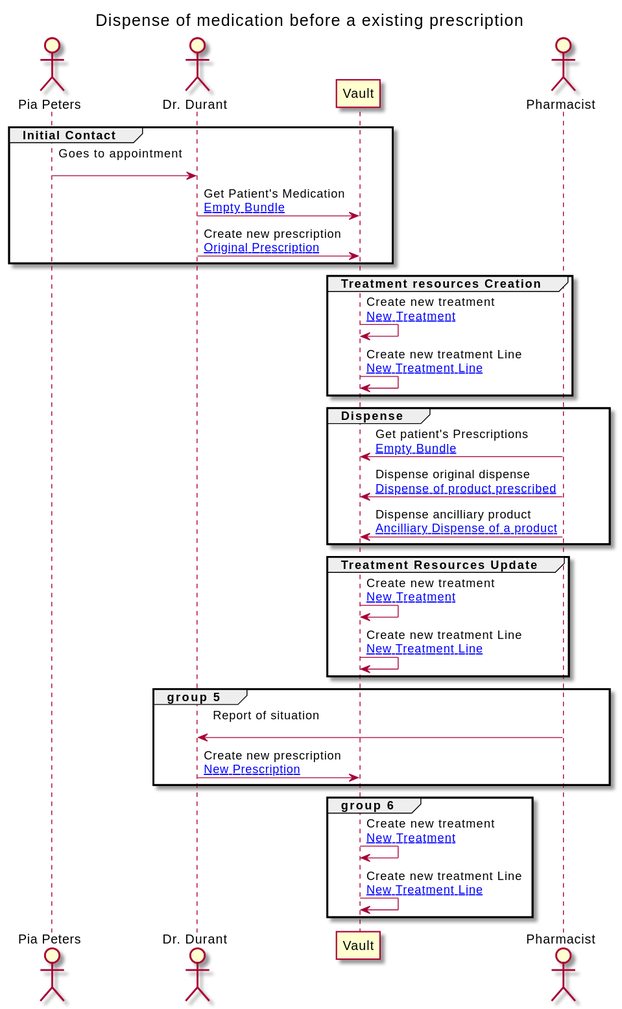
Before: branches/master/ExampleScenario-example-3-scenario.svg, a diagram exported from PlantUML (JensPenny/medication-record).
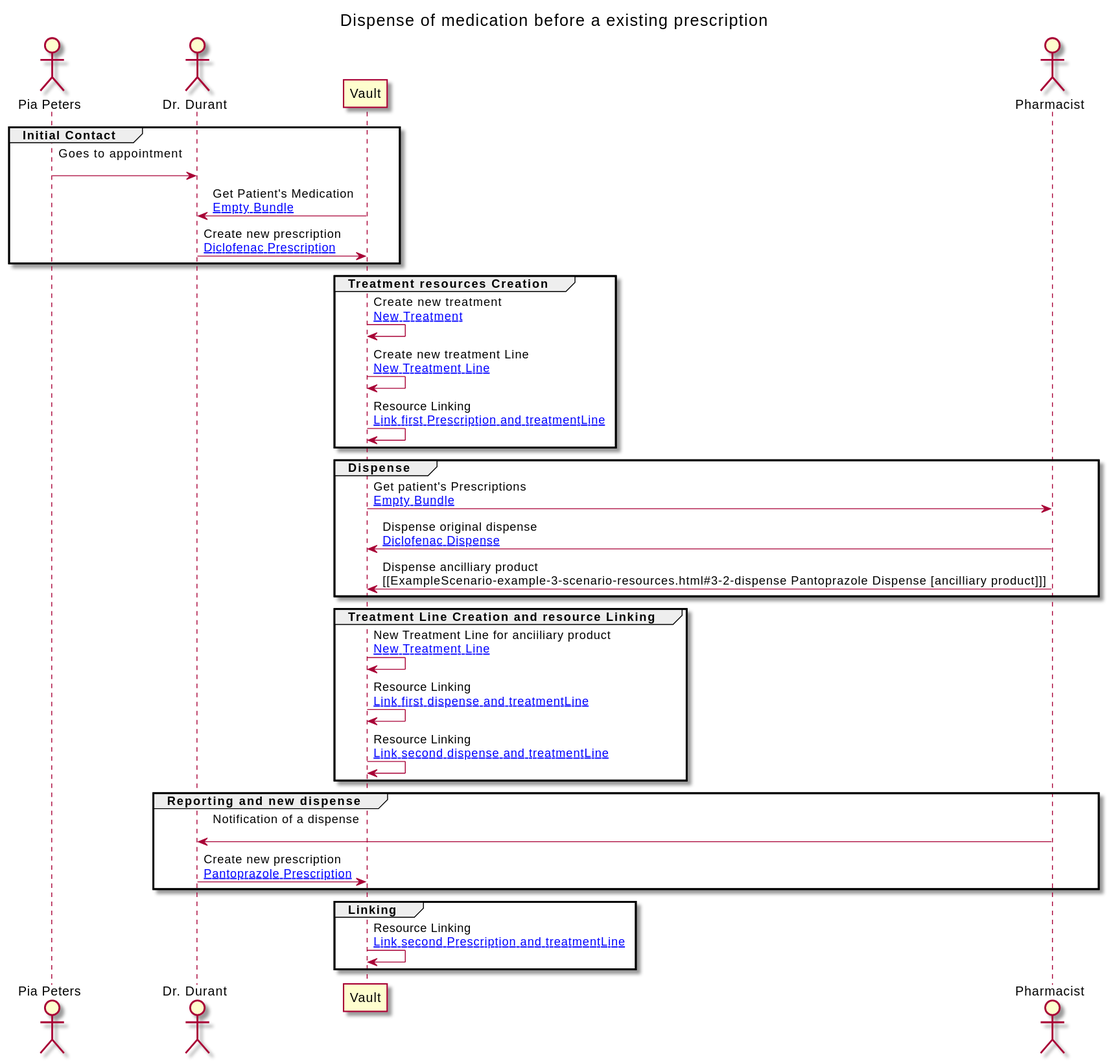
The same diagram one commit later.

The edit, as a diff of the source:
```diff
@@ -16,39 +16,40 @@
 group Initial Contact
 
 PATIENT -> GP : Goes to appointment\n
-GP -> VAULT : Get Patient's Medication\n[[ExampleScenario-example-3-scenario-resources.html#EB Empty Bundle]]
-GP -> VAULT : Create new prescription\n[[ExampleScenario-example-3-scenario-resources.html#3-prescription Original Prescription]]
+VAULT -> GP : Get Patient's Medication\n[[ExampleScenario-example-3-scenario-resources.html#EB Empty Bundle]]
+GP -> VAULT : Create new prescription\n[[ExampleScenario-example-3-scenario-resources.html#3-prescription Diclofenac Prescription]]
 end
 
 group Treatment resources Creation
 
 VAULT -> VAULT : Create new treatment\n[[ExampleScenario-example-3-scenario-resources.html#3-treatment New Treatment]]
 VAULT -> VAULT : Create new treatment Line\n[[ExampleScenario-example-3-scenario-resources.html#3-treatmentLine New Treatment Line]]
+VAULT -> VAULT : Resource Linking\n[[ExampleScenario-example-3-scenario-resources.html#3-1-provenance Link first Prescription and treatmentLine]]
 end
 
 group Dispense
 
-PHARM -> VAULT : Get patient's Prescriptions\n[[ExampleScenario-example-3-scenario-resources.html#EB Empty Bundle]]
-PHARM -> VAULT : Dispense original dispense\n[[ExampleScenario-example-3-scenario-resources.html#3-dispense Dispense of product prescribed]]
-PHARM -> VAULT : Dispense ancilliary product\n[[ExampleScenario-example-3-scenario-resources.html#3-2-dispense Ancilliary Dispense of a product]]
+VAULT -> PHARM : Get patient's Prescriptions\n[[ExampleScenario-example-3-scenario-resources.html#EB Empty Bundle]]
+PHARM -> VAULT : Dispense original dispense\n[[ExampleScenario-example-3-scenario-resources.html#3-dispense Diclofenac Dispense ]]
+PHARM -> VAULT : Dispense ancilliary product\n[[ExampleScenario-example-3-scenario-resources.html#3-2-dispense Pantoprazole Dispense [ancilliary product]]]
 end
 
-group Treatment Resources Update
+group Treatment Line Creation and resource Linking
 
-VAULT -> VAULT : Create new treatment\n[[ExampleScenario-example-3-scenario-resources.html#3-treatment New Treatment]]
-VAULT -> VAULT : Create new treatment Line\n[[ExampleScenario-example-3-scenario-resources.html#3-treatmentLine New Treatment Line]]
+VAULT -> VAULT : New Treatment Line for anciiliary product\n[[ExampleScenario-example-3-scenario-resources.html#3-treatmentLine New Treatment Line]]
+VAULT -> VAULT : Resource Linking\n[[ExampleScenario-example-3-scenario-resources.html#3-2-provenance Link first dispense and treatmentLine]]
+VAULT -> VAULT : Resource Linking\n[[ExampleScenario-example-3-scenario-resources.html#3-3-provenance Link second dispense and treatmentLine]]
 end
 
-group group 5
+group Reporting and new dispense
 
-PHARM -> GP : Report of situation\n
-GP -> VAULT : Create new prescription\n[[ExampleScenario-example-3-scenario-resources.html#3-2-prescription New Prescription]]
+PHARM -> GP : Notification of a dispense\n
+GP -> VAULT : Create new prescription\n[[ExampleScenario-example-3-scenario-resources.html#3-2-prescription Pantoprazole Prescription]]
 end
 
-group group 6
+group Linking
 
-VAULT -> VAULT : Create new treatment\n[[ExampleScenario-example-3-scenario-resources.html#3-treatment New Treatment]]
-VAULT -> VAULT : Create new treatment Line\n[[ExampleScenario-example-3-scenario-resources.html#3-treatmentLine New Treatment Line]]
+VAULT -> VAULT : Resource Linking\n[[ExampleScenario-example-3-scenario-resources.html#3-4-provenance Link second Prescription and treatmentLine]]
 end
 
 
```
